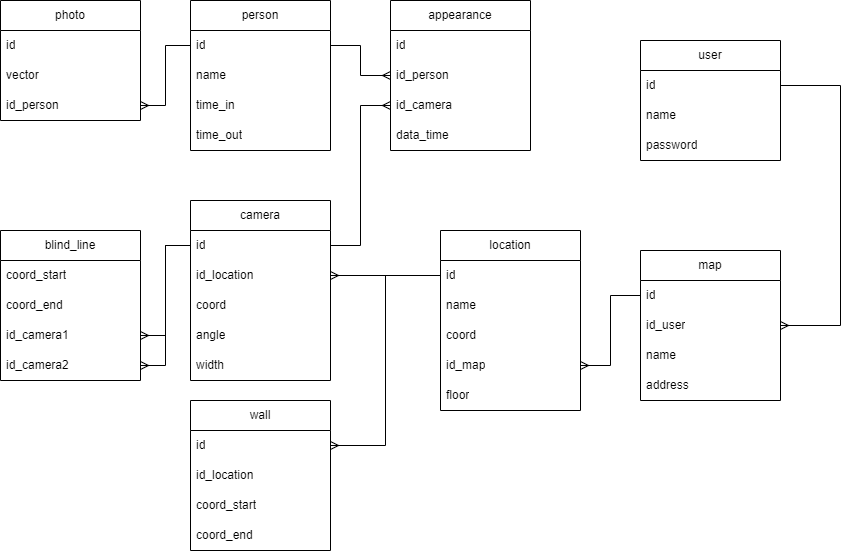
NastyaKuznet/CameraNavigationSummerPractic keeps this draw.io diagram as database/databaseDiagramForSumPrac3.png. Above is the earlier version. Source tidied: cells renumbered, new cells last; positions are measured from the earlier drawing's top-left corner, leaving out a move shared by most shapes. Source of this version:
```xml
<mxGraphModel>
  <root>
    <mxCell id="0" />
    <mxCell id="1" parent="0" />
    <mxCell id="2" value="photo" style="swimlane;fontStyle=0;horizontal=1;startSize=30;whiteSpace=wrap;html=1;" parent="1" vertex="1">
      <mxGeometry width="140" height="120" as="geometry" />
    </mxCell>
    <mxCell id="3" value="id" style="text;strokeColor=none;fillColor=none;align=left;verticalAlign=middle;spacingLeft=4;spacingRight=4;overflow=hidden;whiteSpace=wrap;html=1;" parent="2" vertex="1">
      <mxGeometry y="30" width="140" height="30" as="geometry" />
    </mxCell>
    <mxCell id="4" value="vector" style="text;strokeColor=none;fillColor=none;align=left;verticalAlign=middle;spacingLeft=4;spacingRight=4;overflow=hidden;whiteSpace=wrap;html=1;" parent="2" vertex="1">
      <mxGeometry y="60" width="140" height="30" as="geometry" />
    </mxCell>
    <mxCell id="5" value="id_person" style="text;strokeColor=none;fillColor=none;align=left;verticalAlign=middle;spacingLeft=4;spacingRight=4;overflow=hidden;points=[[0,0.5],[1,0.5]];portConstraint=eastwest;whiteSpace=wrap;html=1;" parent="2" vertex="1">
      <mxGeometry y="90" width="140" height="30" as="geometry" />
    </mxCell>
    <mxCell id="6" value="person" style="swimlane;fontStyle=0;horizontal=1;startSize=30;whiteSpace=wrap;html=1;" parent="1" vertex="1">
      <mxGeometry x="190" width="140" height="150" as="geometry" />
    </mxCell>
    <mxCell id="7" value="id" style="text;strokeColor=none;fillColor=none;align=left;verticalAlign=middle;spacingLeft=4;spacingRight=4;overflow=hidden;points=[[0,0.5],[1,0.5]];portConstraint=eastwest;whiteSpace=wrap;html=1;" parent="6" vertex="1">
      <mxGeometry y="30" width="140" height="30" as="geometry" />
    </mxCell>
    <mxCell id="8" value="name" style="text;strokeColor=none;fillColor=none;align=left;verticalAlign=middle;spacingLeft=4;spacingRight=4;overflow=hidden;whiteSpace=wrap;html=1;" parent="6" vertex="1">
      <mxGeometry y="60" width="140" height="30" as="geometry" />
    </mxCell>
    <mxCell id="9" value="time_in" style="text;strokeColor=none;fillColor=none;align=left;verticalAlign=middle;spacingLeft=4;spacingRight=4;overflow=hidden;whiteSpace=wrap;html=1;" parent="6" vertex="1">
      <mxGeometry y="90" width="140" height="30" as="geometry" />
    </mxCell>
    <mxCell id="10" value="time_out" style="text;strokeColor=none;fillColor=none;align=left;verticalAlign=middle;spacingLeft=4;spacingRight=4;overflow=hidden;whiteSpace=wrap;html=1;" parent="6" vertex="1">
      <mxGeometry y="120" width="140" height="30" as="geometry" />
    </mxCell>
    <mxCell id="11" value="appearance" style="swimlane;fontStyle=0;horizontal=1;startSize=30;whiteSpace=wrap;html=1;" parent="1" vertex="1">
      <mxGeometry x="390" width="140" height="150" as="geometry" />
    </mxCell>
    <mxCell id="12" value="id" style="text;strokeColor=none;fillColor=none;align=left;verticalAlign=middle;spacingLeft=4;spacingRight=4;overflow=hidden;whiteSpace=wrap;html=1;" parent="11" vertex="1">
      <mxGeometry y="30" width="140" height="30" as="geometry" />
    </mxCell>
    <mxCell id="13" value="id_person" style="text;strokeColor=none;fillColor=none;align=left;verticalAlign=middle;spacingLeft=4;spacingRight=4;overflow=hidden;points=[[0,0.5],[1,0.5]];portConstraint=eastwest;whiteSpace=wrap;html=1;" parent="11" vertex="1">
      <mxGeometry y="60" width="140" height="30" as="geometry" />
    </mxCell>
    <mxCell id="14" value="id_camera" style="text;strokeColor=none;fillColor=none;align=left;verticalAlign=middle;spacingLeft=4;spacingRight=4;overflow=hidden;points=[[0,0.5],[1,0.5]];portConstraint=eastwest;whiteSpace=wrap;html=1;" parent="11" vertex="1">
      <mxGeometry y="90" width="140" height="30" as="geometry" />
    </mxCell>
    <mxCell id="15" value="data_time" style="text;strokeColor=none;fillColor=none;align=left;verticalAlign=middle;spacingLeft=4;spacingRight=4;overflow=hidden;whiteSpace=wrap;html=1;" parent="11" vertex="1">
      <mxGeometry y="120" width="140" height="30" as="geometry" />
    </mxCell>
    <mxCell id="16" style="edgeStyle=orthogonalEdgeStyle;rounded=0;jettySize=auto;html=1;endArrow=ERmany;endFill=0;exitX=0;exitY=0.5;exitDx=0;exitDy=0;entryX=1;entryY=0.5;entryDx=0;entryDy=0;" parent="1" edge="1" source="7" target="5">
      <mxGeometry relative="1" as="geometry" />
    </mxCell>
    <mxCell id="17" style="edgeStyle=orthogonalEdgeStyle;rounded=0;jettySize=auto;html=1;entryX=0;entryY=0.5;entryDx=0;entryDy=0;endArrow=ERmany;endFill=0;" parent="1" edge="1" source="7" target="13">
      <mxGeometry relative="1" as="geometry" />
    </mxCell>
    <mxCell id="18" value="camera" style="swimlane;fontStyle=0;horizontal=1;startSize=30;whiteSpace=wrap;html=1;" parent="1" vertex="1">
      <mxGeometry x="190" y="200" width="140" height="180" as="geometry" />
    </mxCell>
    <mxCell id="19" value="id" style="text;strokeColor=none;fillColor=none;align=left;verticalAlign=middle;spacingLeft=4;spacingRight=4;overflow=hidden;points=[[0,0.5],[1,0.5]];portConstraint=eastwest;whiteSpace=wrap;html=1;" parent="18" vertex="1">
      <mxGeometry y="30" width="140" height="30" as="geometry" />
    </mxCell>
    <mxCell id="20" value="id_location" style="text;strokeColor=none;fillColor=none;align=left;verticalAlign=middle;spacingLeft=4;spacingRight=4;overflow=hidden;points=[[0,0.5],[1,0.5]];portConstraint=eastwest;whiteSpace=wrap;html=1;" parent="18" vertex="1">
      <mxGeometry y="60" width="140" height="30" as="geometry" />
    </mxCell>
    <mxCell id="21" value="coord" style="text;strokeColor=none;fillColor=none;align=left;verticalAlign=middle;spacingLeft=4;spacingRight=4;overflow=hidden;whiteSpace=wrap;html=1;" parent="18" vertex="1">
      <mxGeometry y="90" width="140" height="30" as="geometry" />
    </mxCell>
    <mxCell id="22" value="angle" style="text;strokeColor=none;fillColor=none;align=left;verticalAlign=middle;spacingLeft=4;spacingRight=4;overflow=hidden;whiteSpace=wrap;html=1;" parent="18" vertex="1">
      <mxGeometry y="120" width="140" height="30" as="geometry" />
    </mxCell>
    <mxCell id="23" value="width" style="text;strokeColor=none;fillColor=none;align=left;verticalAlign=middle;spacingLeft=4;spacingRight=4;overflow=hidden;whiteSpace=wrap;html=1;" parent="18" vertex="1">
      <mxGeometry y="150" width="140" height="30" as="geometry" />
    </mxCell>
    <mxCell id="24" style="edgeStyle=orthogonalEdgeStyle;rounded=0;jettySize=auto;html=1;entryX=0;entryY=0.5;entryDx=0;entryDy=0;endArrow=ERmany;endFill=0;" parent="1" edge="1" source="19" target="14">
      <mxGeometry relative="1" as="geometry" />
    </mxCell>
    <mxCell id="25" value="location" style="swimlane;fontStyle=0;horizontal=1;startSize=30;whiteSpace=wrap;html=1;" parent="1" vertex="1">
      <mxGeometry x="440" y="230" width="140" height="180" as="geometry" />
    </mxCell>
    <mxCell id="26" value="id" style="text;strokeColor=none;fillColor=none;align=left;verticalAlign=middle;spacingLeft=4;spacingRight=4;overflow=hidden;points=[[0,0.5],[1,0.5]];portConstraint=eastwest;whiteSpace=wrap;html=1;" parent="25" vertex="1">
      <mxGeometry y="30" width="140" height="30" as="geometry" />
    </mxCell>
    <mxCell id="27" value="name" style="text;strokeColor=none;fillColor=none;align=left;verticalAlign=middle;spacingLeft=4;spacingRight=4;overflow=hidden;whiteSpace=wrap;html=1;" parent="25" vertex="1">
      <mxGeometry y="60" width="140" height="30" as="geometry" />
    </mxCell>
    <mxCell id="28" value="coord" style="text;strokeColor=none;fillColor=none;align=left;verticalAlign=middle;spacingLeft=4;spacingRight=4;overflow=hidden;whiteSpace=wrap;html=1;" parent="25" vertex="1">
      <mxGeometry y="90" width="140" height="30" as="geometry" />
    </mxCell>
    <mxCell id="29" value="id_map" style="text;strokeColor=none;fillColor=none;align=left;verticalAlign=middle;spacingLeft=4;spacingRight=4;overflow=hidden;points=[[0,0.5],[1,0.5]];portConstraint=eastwest;whiteSpace=wrap;html=1;" parent="25" vertex="1">
      <mxGeometry y="120" width="140" height="30" as="geometry" />
    </mxCell>
    <mxCell id="30" value="floor" style="text;strokeColor=none;fillColor=none;align=left;verticalAlign=middle;spacingLeft=4;spacingRight=4;overflow=hidden;whiteSpace=wrap;html=1;" parent="25" vertex="1">
      <mxGeometry y="150" width="140" height="30" as="geometry" />
    </mxCell>
    <mxCell id="31" style="edgeStyle=orthogonalEdgeStyle;rounded=0;jettySize=auto;html=1;entryX=1;entryY=0.5;entryDx=0;entryDy=0;endArrow=ERmany;endFill=0;" parent="1" edge="1" source="26" target="20">
      <mxGeometry relative="1" as="geometry" />
    </mxCell>
    <mxCell id="32" value="wall" style="swimlane;fontStyle=0;horizontal=1;startSize=30;whiteSpace=wrap;html=1;" parent="1" vertex="1">
      <mxGeometry x="190" y="400" width="140" height="150" as="geometry" />
    </mxCell>
    <mxCell id="33" value="id" style="text;strokeColor=none;fillColor=none;align=left;verticalAlign=middle;spacingLeft=4;spacingRight=4;overflow=hidden;points=[[0,0.5],[1,0.5]];portConstraint=eastwest;whiteSpace=wrap;html=1;" parent="32" vertex="1">
      <mxGeometry y="30" width="140" height="30" as="geometry" />
    </mxCell>
    <mxCell id="34" value="id_location" style="text;strokeColor=none;fillColor=none;align=left;verticalAlign=middle;spacingLeft=4;spacingRight=4;overflow=hidden;whiteSpace=wrap;html=1;" parent="32" vertex="1">
      <mxGeometry y="60" width="140" height="30" as="geometry" />
    </mxCell>
    <mxCell id="35" value="coord_start" style="text;strokeColor=none;fillColor=none;align=left;verticalAlign=middle;spacingLeft=4;spacingRight=4;overflow=hidden;whiteSpace=wrap;html=1;" parent="32" vertex="1">
      <mxGeometry y="90" width="140" height="30" as="geometry" />
    </mxCell>
    <mxCell id="36" value="coord_end" style="text;strokeColor=none;fillColor=none;align=left;verticalAlign=middle;spacingLeft=4;spacingRight=4;overflow=hidden;whiteSpace=wrap;html=1;" parent="32" vertex="1">
      <mxGeometry y="120" width="140" height="30" as="geometry" />
    </mxCell>
    <mxCell id="37" style="edgeStyle=orthogonalEdgeStyle;rounded=0;jettySize=auto;html=1;entryX=1;entryY=0.5;entryDx=0;entryDy=0;endArrow=ERmany;endFill=0;" parent="1" edge="1" source="26" target="33">
      <mxGeometry relative="1" as="geometry" />
    </mxCell>
    <mxCell id="38" value="user" style="swimlane;fontStyle=0;horizontal=1;startSize=30;whiteSpace=wrap;html=1;" parent="1" vertex="1">
      <mxGeometry x="640" y="40" width="140" height="120" as="geometry" />
    </mxCell>
    <mxCell id="39" value="id" style="text;strokeColor=none;fillColor=none;align=left;verticalAlign=middle;spacingLeft=4;spacingRight=4;overflow=hidden;points=[[0,0.5],[1,0.5]];portConstraint=eastwest;whiteSpace=wrap;html=1;" parent="38" vertex="1">
      <mxGeometry y="30" width="140" height="30" as="geometry" />
    </mxCell>
    <mxCell id="40" value="name" style="text;strokeColor=none;fillColor=none;align=left;verticalAlign=middle;spacingLeft=4;spacingRight=4;overflow=hidden;whiteSpace=wrap;html=1;" parent="38" vertex="1">
      <mxGeometry y="60" width="140" height="30" as="geometry" />
    </mxCell>
    <mxCell id="41" value="password" style="text;strokeColor=none;fillColor=none;align=left;verticalAlign=middle;spacingLeft=4;spacingRight=4;overflow=hidden;whiteSpace=wrap;html=1;" parent="38" vertex="1">
      <mxGeometry y="90" width="140" height="30" as="geometry" />
    </mxCell>
    <mxCell id="42" style="edgeStyle=orthogonalEdgeStyle;rounded=0;jettySize=auto;html=1;endArrow=ERmany;endFill=0;entryX=1;entryY=0.5;entryDx=0;entryDy=0;" parent="1" edge="1" source="39" target="52">
      <mxGeometry relative="1" as="geometry">
        <Array as="points">
          <mxPoint x="840" y="85" />
          <mxPoint x="840" y="325" />
        </Array>
      </mxGeometry>
    </mxCell>
    <mxCell id="43" value="blind_line" style="swimlane;fontStyle=0;horizontal=1;startSize=30;whiteSpace=wrap;html=1;" parent="1" vertex="1">
      <mxGeometry y="230" width="140" height="150" as="geometry" />
    </mxCell>
    <mxCell id="44" value="coord_start" style="text;strokeColor=none;fillColor=none;align=left;verticalAlign=middle;spacingLeft=4;spacingRight=4;overflow=hidden;whiteSpace=wrap;html=1;" parent="43" vertex="1">
      <mxGeometry y="30" width="140" height="30" as="geometry" />
    </mxCell>
    <mxCell id="45" value="coord_end" style="text;strokeColor=none;fillColor=none;align=left;verticalAlign=middle;spacingLeft=4;spacingRight=4;overflow=hidden;whiteSpace=wrap;html=1;" parent="43" vertex="1">
      <mxGeometry y="60" width="140" height="30" as="geometry" />
    </mxCell>
    <mxCell id="46" value="id_camera1" style="text;strokeColor=none;fillColor=none;align=left;verticalAlign=middle;spacingLeft=4;spacingRight=4;overflow=hidden;points=[[0,0.5],[1,0.5]];portConstraint=eastwest;whiteSpace=wrap;html=1;" parent="43" vertex="1">
      <mxGeometry y="90" width="140" height="30" as="geometry" />
    </mxCell>
    <mxCell id="47" value="id_camera2" style="text;strokeColor=none;fillColor=none;align=left;verticalAlign=middle;spacingLeft=4;spacingRight=4;overflow=hidden;points=[[0,0.5],[1,0.5]];portConstraint=eastwest;whiteSpace=wrap;html=1;" parent="43" vertex="1">
      <mxGeometry y="120" width="140" height="30" as="geometry" />
    </mxCell>
    <mxCell id="48" style="edgeStyle=orthogonalEdgeStyle;rounded=0;jettySize=auto;html=1;entryX=1;entryY=0.5;entryDx=0;entryDy=0;endArrow=ERmany;endFill=0;" parent="1" edge="1" source="19" target="46">
      <mxGeometry relative="1" as="geometry" />
    </mxCell>
    <mxCell id="49" style="edgeStyle=orthogonalEdgeStyle;rounded=0;jettySize=auto;html=1;entryX=1;entryY=0.5;entryDx=0;entryDy=0;endArrow=ERmany;endFill=0;" parent="1" edge="1" source="19" target="47">
      <mxGeometry relative="1" as="geometry" />
    </mxCell>
    <mxCell id="50" value="map" style="swimlane;fontStyle=0;horizontal=1;startSize=30;whiteSpace=wrap;html=1;" parent="1" vertex="1">
      <mxGeometry x="640" y="250" width="140" height="150" as="geometry" />
    </mxCell>
    <mxCell id="51" value="id" style="text;strokeColor=none;fillColor=none;align=left;verticalAlign=middle;spacingLeft=4;spacingRight=4;overflow=hidden;points=[[0,0.5],[1,0.5]];portConstraint=eastwest;whiteSpace=wrap;html=1;" parent="50" vertex="1">
      <mxGeometry y="30" width="140" height="30" as="geometry" />
    </mxCell>
    <mxCell id="52" value="id_user" style="text;strokeColor=none;fillColor=none;align=left;verticalAlign=middle;spacingLeft=4;spacingRight=4;overflow=hidden;points=[[0,0.5],[1,0.5]];portConstraint=eastwest;whiteSpace=wrap;html=1;" parent="50" vertex="1">
      <mxGeometry y="60" width="140" height="30" as="geometry" />
    </mxCell>
    <mxCell id="53" value="name" style="text;strokeColor=none;fillColor=none;align=left;verticalAlign=middle;spacingLeft=4;spacingRight=4;overflow=hidden;whiteSpace=wrap;html=1;" parent="50" vertex="1">
      <mxGeometry y="90" width="140" height="30" as="geometry" />
    </mxCell>
    <mxCell id="54" value="address" style="text;strokeColor=none;fillColor=none;align=left;verticalAlign=middle;spacingLeft=4;spacingRight=4;overflow=hidden;whiteSpace=wrap;html=1;" parent="50" vertex="1">
      <mxGeometry y="120" width="140" height="30" as="geometry" />
    </mxCell>
    <mxCell id="55" style="edgeStyle=orthogonalEdgeStyle;rounded=0;jettySize=auto;html=1;entryX=1;entryY=0.5;entryDx=0;entryDy=0;endArrow=ERmany;endFill=0;" parent="1" edge="1" source="51" target="29">
      <mxGeometry relative="1" as="geometry" />
    </mxCell>
  </root>
</mxGraphModel>
```
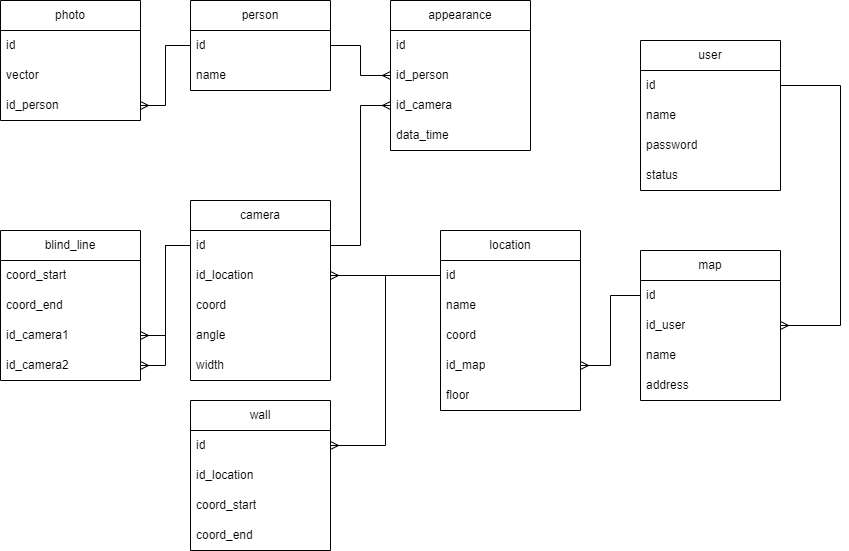
After the commit.

Commit message:
new bd script/schema

Change to the diagram source:
```diff
@@ -15,7 +15,7 @@
       <mxGeometry y="90" width="140" height="30" as="geometry" />
     </mxCell>
     <mxCell id="6" value="person" style="swimlane;fontStyle=0;horizontal=1;startSize=30;whiteSpace=wrap;html=1;" parent="1" vertex="1">
-      <mxGeometry x="190" width="140" height="150" as="geometry" />
+      <mxGeometry x="190" width="140" height="90" as="geometry" />
     </mxCell>
     <mxCell id="7" value="id" style="text;strokeColor=none;fillColor=none;align=left;verticalAlign=middle;spacingLeft=4;spacingRight=4;overflow=hidden;points=[[0,0.5],[1,0.5]];portConstraint=eastwest;whiteSpace=wrap;html=1;" parent="6" vertex="1">
       <mxGeometry y="30" width="140" height="30" as="geometry" />
@@ -23,12 +23,6 @@
     <mxCell id="8" value="name" style="text;strokeColor=none;fillColor=none;align=left;verticalAlign=middle;spacingLeft=4;spacingRight=4;overflow=hidden;whiteSpace=wrap;html=1;" parent="6" vertex="1">
       <mxGeometry y="60" width="140" height="30" as="geometry" />
     </mxCell>
-    <mxCell id="9" value="time_in" style="text;strokeColor=none;fillColor=none;align=left;verticalAlign=middle;spacingLeft=4;spacingRight=4;overflow=hidden;whiteSpace=wrap;html=1;" parent="6" vertex="1">
-      <mxGeometry y="90" width="140" height="30" as="geometry" />
-    </mxCell>
-    <mxCell id="10" value="time_out" style="text;strokeColor=none;fillColor=none;align=left;verticalAlign=middle;spacingLeft=4;spacingRight=4;overflow=hidden;whiteSpace=wrap;html=1;" parent="6" vertex="1">
-      <mxGeometry y="120" width="140" height="30" as="geometry" />
-    </mxCell>
     <mxCell id="11" value="appearance" style="swimlane;fontStyle=0;horizontal=1;startSize=30;whiteSpace=wrap;html=1;" parent="1" vertex="1">
       <mxGeometry x="390" width="140" height="150" as="geometry" />
     </mxCell>
@@ -111,7 +105,7 @@
       <mxGeometry relative="1" as="geometry" />
     </mxCell>
     <mxCell id="38" value="user" style="swimlane;fontStyle=0;horizontal=1;startSize=30;whiteSpace=wrap;html=1;" parent="1" vertex="1">
-      <mxGeometry x="640" y="40" width="140" height="120" as="geometry" />
+      <mxGeometry x="640" y="40" width="140" height="150" as="geometry" />
     </mxCell>
     <mxCell id="39" value="id" style="text;strokeColor=none;fillColor=none;align=left;verticalAlign=middle;spacingLeft=4;spacingRight=4;overflow=hidden;points=[[0,0.5],[1,0.5]];portConstraint=eastwest;whiteSpace=wrap;html=1;" parent="38" vertex="1">
       <mxGeometry y="30" width="140" height="30" as="geometry" />
@@ -119,8 +113,11 @@
     <mxCell id="40" value="name" style="text;strokeColor=none;fillColor=none;align=left;verticalAlign=middle;spacingLeft=4;spacingRight=4;overflow=hidden;whiteSpace=wrap;html=1;" parent="38" vertex="1">
       <mxGeometry y="60" width="140" height="30" as="geometry" />
     </mxCell>
+    <mxCell id="56" value="password" style="text;strokeColor=none;fillColor=none;align=left;verticalAlign=middle;spacingLeft=4;spacingRight=4;overflow=hidden;whiteSpace=wrap;html=1;" parent="38" vertex="1">
+      <mxGeometry y="90" width="140" height="30" as="geometry" />
+    </mxCell>
-    <mxCell id="41" value="password" style="text;strokeColor=none;fillColor=none;align=left;verticalAlign=middle;spacingLeft=4;spacingRight=4;overflow=hidden;whiteSpace=wrap;html=1;" parent="38" vertex="1">
-      <mxGeometry y="90" width="140" height="30" as="geometry" />
+    <mxCell id="41" value="status" style="text;strokeColor=none;fillColor=none;align=left;verticalAlign=middle;spacingLeft=4;spacingRight=4;overflow=hidden;whiteSpace=wrap;html=1;" parent="38" vertex="1">
+      <mxGeometry y="120" width="140" height="30" as="geometry" />
     </mxCell>
     <mxCell id="42" style="edgeStyle=orthogonalEdgeStyle;rounded=0;jettySize=auto;html=1;endArrow=ERmany;endFill=0;entryX=1;entryY=0.5;entryDx=0;entryDy=0;" parent="1" edge="1" source="39" target="52">
       <mxGeometry relative="1" as="geometry">
```
